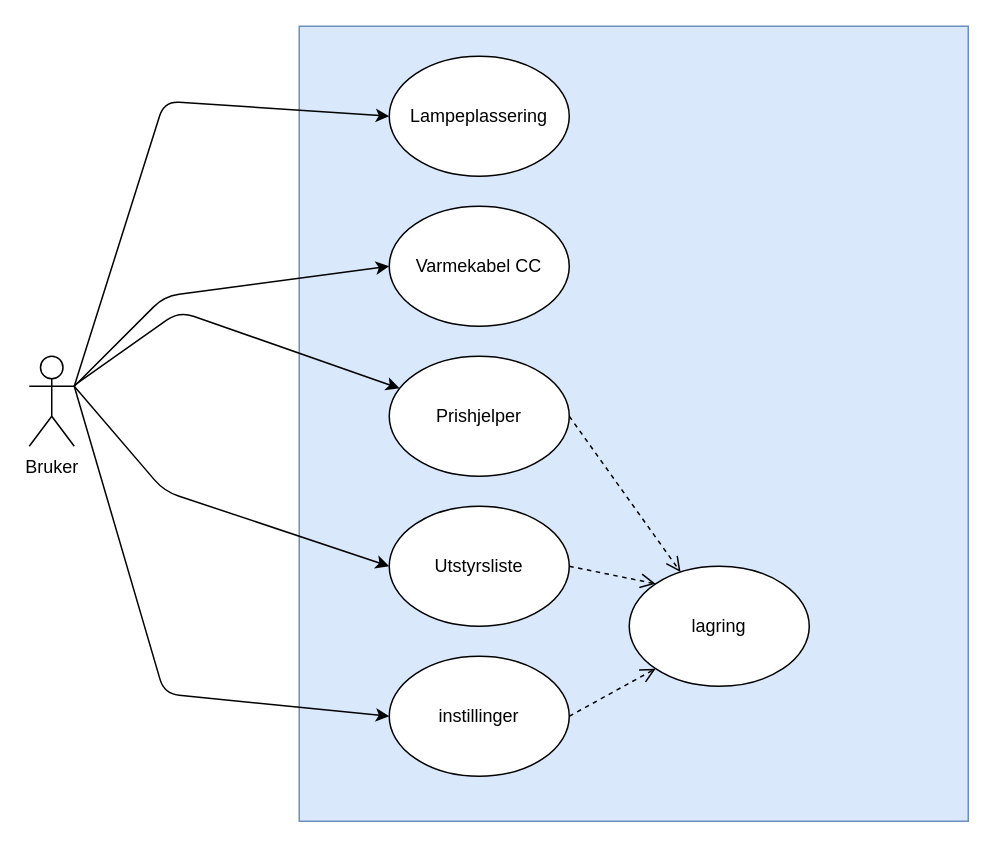
Above: use_case.drawio in Tzzapp/Tzzapp-Drawings (draw.io), before the change. Source tidied: cells renumbered, new cells numbered last; positions are measured from the earlier drawing's top-left corner, leaving out a move shared by most shapes. Both pictures are drawn from the tidied source at 150%, with x=0, y=0 at pixel (28, 26).
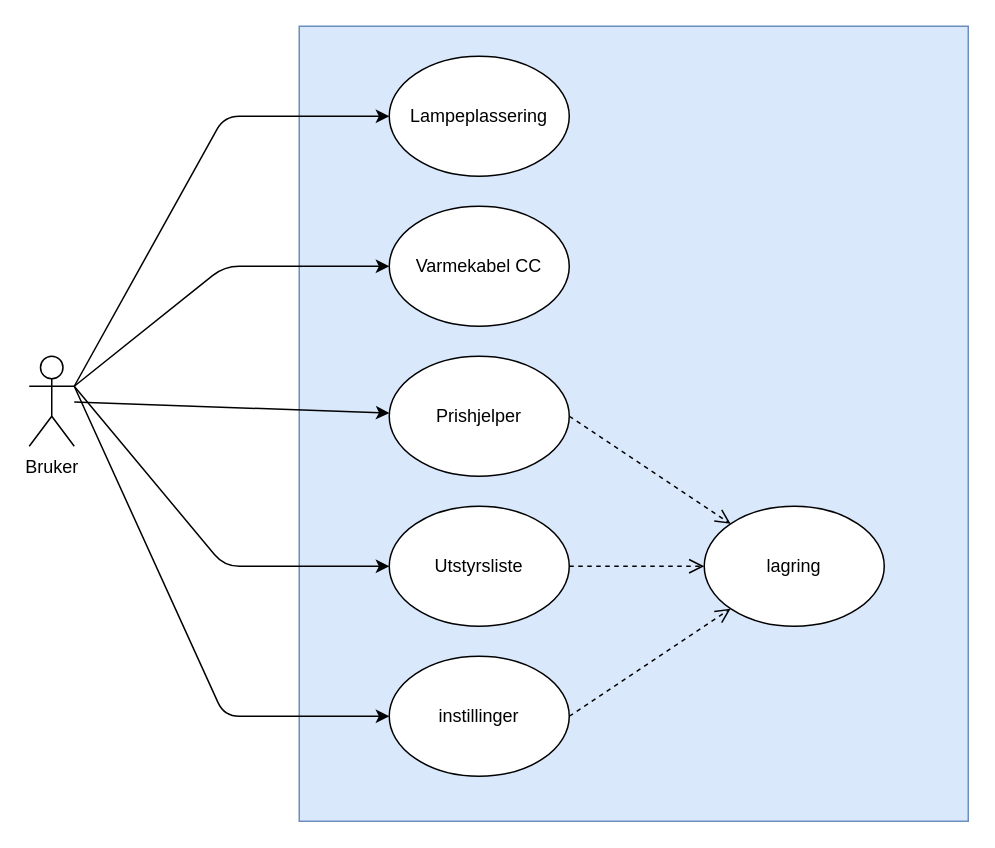
The same page after the edit.

The change refers to these unchanged cells:
```xml
<mxCell id="2" value="Bruker" style="shape=umlActor;verticalLabelPosition=bottom;labelBackgroundColor=#ffffff;verticalAlign=top;html=1;outlineConnect=0;" parent="1" vertex="1">
  <mxGeometry y="220" width="30" height="60" as="geometry" />
</mxCell>
<mxCell id="4" value="Lampeplassering" style="ellipse;whiteSpace=wrap;html=1;" parent="1" vertex="1">
  <mxGeometry x="240" y="20" width="120" height="80" as="geometry" />
</mxCell>
<mxCell id="5" value="Varmekabel CC" style="ellipse;whiteSpace=wrap;html=1;" parent="1" vertex="1">
  <mxGeometry x="240" y="120" width="120" height="80" as="geometry" />
</mxCell>
<mxCell id="6" value="Utstyrsliste" style="ellipse;whiteSpace=wrap;html=1;" parent="1" vertex="1">
  <mxGeometry x="240" y="320" width="120" height="80" as="geometry" />
</mxCell>
<mxCell id="7" value="instillinger" style="ellipse;whiteSpace=wrap;html=1;" parent="1" vertex="1">
  <mxGeometry x="240" y="420" width="120" height="80" as="geometry" />
</mxCell>
<mxCell id="15" value="Prishjelper" style="ellipse;whiteSpace=wrap;html=1;" parent="1" vertex="1">
  <mxGeometry x="240" y="220" width="120" height="80" as="geometry" />
</mxCell>
```

What changed in the source:
```diff
@@
     <mxCell id="8" style="endArrow=classic;html=1;exitX=1;exitY=0.3333333333333333;exitDx=0;exitDy=0;exitPerimeter=0;entryX=0;entryY=0.5;entryDx=0;entryDy=0;" parent="1" edge="1" source="2" target="4">
       <mxGeometry relative="1" as="geometry">
         <Array as="points">
-          <mxPoint x="90" y="50" />
+          <mxPoint x="130" y="60" />
         </Array>
       </mxGeometry>
     </mxCell>
     <mxCell id="9" style="endArrow=classic;html=1;exitX=1;exitY=0.3333333333333333;exitDx=0;exitDy=0;exitPerimeter=0;entryX=0;entryY=0.5;entryDx=0;entryDy=0;" parent="1" edge="1" source="2" target="5">
       <mxGeometry relative="1" as="geometry">
         <Array as="points">
-          <mxPoint x="90" y="180" />
+          <mxPoint x="130" y="160" />
         </Array>
       </mxGeometry>
     </mxCell>
     <mxCell id="10" style="endArrow=classic;html=1;entryX=0;entryY=0.5;entryDx=0;entryDy=0;exitX=1;exitY=0.3333333333333333;exitDx=0;exitDy=0;exitPerimeter=0;" parent="1" edge="1" source="2" target="6">
       <mxGeometry relative="1" as="geometry">
         <Array as="points">
-          <mxPoint x="90" y="310" />
+          <mxPoint x="130" y="360" />
         </Array>
       </mxGeometry>
     </mxCell>
     <mxCell id="11" style="endArrow=classic;html=1;exitX=1;exitY=0.3333333333333333;exitDx=0;exitDy=0;exitPerimeter=0;entryX=0;entryY=0.5;entryDx=0;entryDy=0;" parent="1" edge="1" source="2" target="7">
       <mxGeometry relative="1" as="geometry">
         <Array as="points">
-          <mxPoint x="90" y="445" />
+          <mxPoint x="130" y="460" />
         </Array>
       </mxGeometry>
     </mxCell>
     <mxCell id="12" value="lagring" style="ellipse;whiteSpace=wrap;html=1;" parent="1" vertex="1">
-      <mxGeometry x="400" y="360" width="120" height="80" as="geometry" />
+      <mxGeometry x="450" y="320" width="120" height="80" as="geometry" />
     </mxCell>
@@
-    <mxCell id="14" style="html=1;verticalAlign=bottom;endArrow=open;dashed=1;endSize=8;exitX=1;exitY=0.5;exitDx=0;exitDy=0;entryX=0;entryY=0;entryDx=0;entryDy=0;" parent="1" edge="1" source="6" target="12">
+    <mxCell id="14" style="html=1;verticalAlign=bottom;endArrow=open;dashed=1;endSize=8;exitX=1;exitY=0.5;exitDx=0;exitDy=0;entryX=0;entryY=0.5;entryDx=0;entryDy=0;" parent="1" edge="1" source="6" target="12">
       <mxGeometry x="-1" y="-195" relative="1" as="geometry">
         <mxPoint x="-44" y="20" as="offset" />
       </mxGeometry>
     </mxCell>
@@
     <mxCell id="16" style="endArrow=classic;html=1;" parent="1" edge="1" source="2" target="15">
-      <mxGeometry relative="1" as="geometry">
-        <Array as="points">
-          <mxPoint x="100" y="190" />
-        </Array>
-      </mxGeometry>
+      <mxGeometry relative="1" as="geometry" />
     </mxCell>
```
